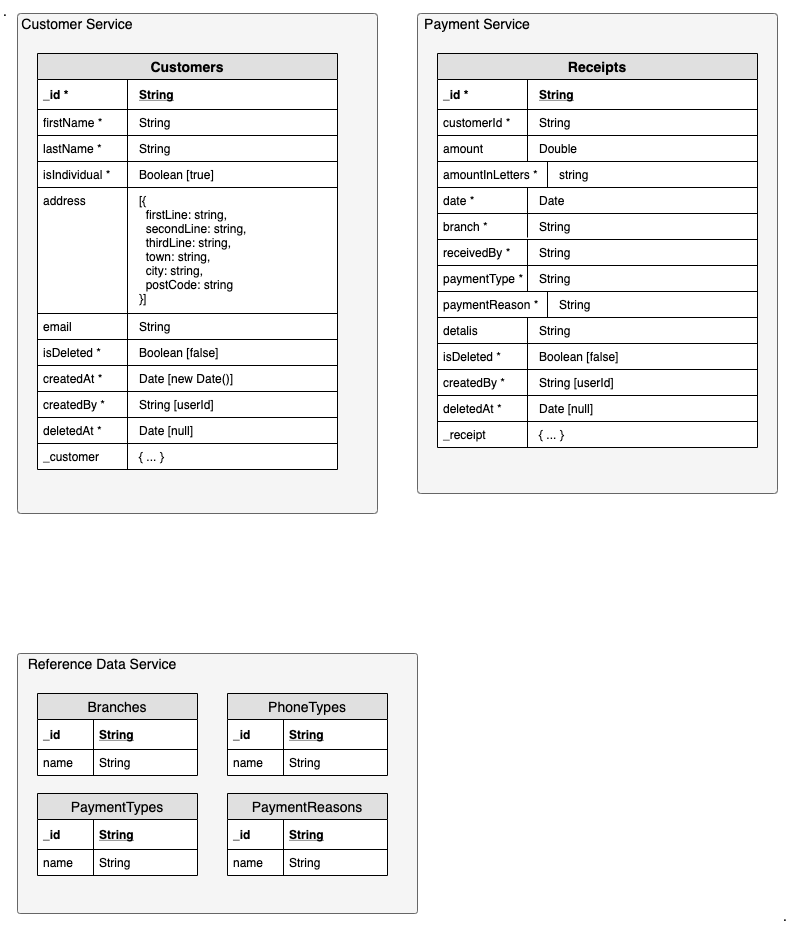
Earlier version of the draw.io export _images/High-Level_Design-DB.png (aytekinyaliz/ylz-lh-infra). Source tidied: cells renumbered, new cells last; positions are measured from the earlier drawing's top-left corner, leaving out a move shared by most shapes.
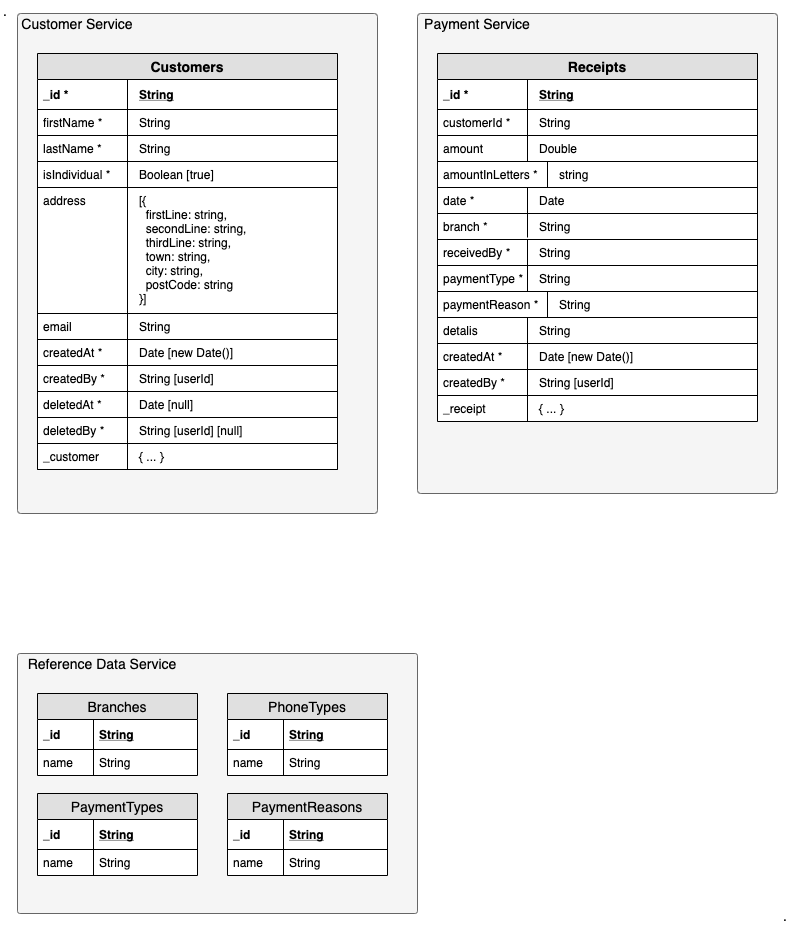
After the change.

What changed in the source:
```diff
@@ -119,38 +119,38 @@
     <mxCell id="40" value="email" style="shape=partialRectangle;top=0;left=0;bottom=0;fillColor=none;align=left;verticalAlign=top;spacingLeft=4;spacingRight=4;overflow=hidden;fontSize=12;" parent="39" vertex="1">
       <mxGeometry width="90" height="26" as="geometry" />
     </mxCell>
-    <mxCell id="41" value="Boolean [false]" style="shape=partialRectangle;top=0;left=0;right=0;bottom=1;align=left;verticalAlign=top;fillColor=none;spacingLeft=100;spacingRight=4;overflow=hidden;fontSize=12;" parent="28" vertex="1">
-      <mxGeometry y="286" width="300" height="26" as="geometry" />
-    </mxCell>
-    <mxCell id="42" value="isDeleted *" style="shape=partialRectangle;top=0;left=0;bottom=0;fillColor=none;align=left;verticalAlign=top;spacingLeft=4;spacingRight=4;overflow=hidden;fontSize=12;" parent="41" vertex="1">
-      <mxGeometry width="90" height="26" as="geometry" />
-    </mxCell>
     <mxCell id="43" value="Date [new Date()]" style="shape=partialRectangle;top=0;left=0;right=0;bottom=1;align=left;verticalAlign=top;fillColor=none;spacingLeft=100;spacingRight=4;overflow=hidden;fontSize=12;" parent="28" vertex="1">
-      <mxGeometry y="312" width="300" height="26" as="geometry" />
+      <mxGeometry y="286" width="300" height="26" as="geometry" />
     </mxCell>
     <mxCell id="44" value="createdAt *" style="shape=partialRectangle;top=0;left=0;bottom=0;fillColor=none;align=left;verticalAlign=top;spacingLeft=4;spacingRight=4;overflow=hidden;fontSize=12;" parent="43" vertex="1">
       <mxGeometry width="90" height="26" as="geometry" />
     </mxCell>
     <mxCell id="45" value="String [userId]" style="shape=partialRectangle;top=0;left=0;right=0;bottom=1;align=left;verticalAlign=top;fillColor=none;spacingLeft=100;spacingRight=4;overflow=hidden;fontSize=12;" parent="28" vertex="1">
-      <mxGeometry y="338" width="300" height="26" as="geometry" />
+      <mxGeometry y="312" width="300" height="26" as="geometry" />
     </mxCell>
     <mxCell id="46" value="createdBy *" style="shape=partialRectangle;top=0;left=0;bottom=0;fillColor=none;align=left;verticalAlign=top;spacingLeft=4;spacingRight=4;overflow=hidden;fontSize=12;" parent="45" vertex="1">
       <mxGeometry width="90" height="26" as="geometry" />
     </mxCell>
     <mxCell id="47" value="Date [null]" style="shape=partialRectangle;top=0;left=0;right=0;bottom=1;align=left;verticalAlign=top;fillColor=none;spacingLeft=100;spacingRight=4;overflow=hidden;fontSize=12;" parent="28" vertex="1">
-      <mxGeometry y="364" width="300" height="26" as="geometry" />
+      <mxGeometry y="338" width="300" height="26" as="geometry" />
     </mxCell>
     <mxCell id="48" value="deletedAt *" style="shape=partialRectangle;top=0;left=0;bottom=0;fillColor=none;align=left;verticalAlign=top;spacingLeft=4;spacingRight=4;overflow=hidden;fontSize=12;" parent="47" vertex="1">
       <mxGeometry width="90" height="26" as="geometry" />
     </mxCell>
+    <mxCell id="82" value="String [userId] [null]" style="shape=partialRectangle;top=0;left=0;right=0;bottom=1;align=left;verticalAlign=top;fillColor=none;spacingLeft=100;spacingRight=4;overflow=hidden;fontSize=12;" parent="28" vertex="1">
+      <mxGeometry y="364" width="300" height="26" as="geometry" />
+    </mxCell>
+    <mxCell id="83" value="deletedBy *" style="shape=partialRectangle;top=0;left=0;bottom=0;fillColor=none;align=left;verticalAlign=top;spacingLeft=4;spacingRight=4;overflow=hidden;fontSize=12;" parent="82" vertex="1">
+      <mxGeometry width="90" height="26" as="geometry" />
+    </mxCell>
-    <mxCell id="49" value="{ ... }" style="shape=partialRectangle;top=0;left=0;right=0;bottom=0;align=left;verticalAlign=top;fillColor=none;spacingLeft=100;spacingRight=4;overflow=hidden;fontSize=12;" parent="28" vertex="1">
+    <mxCell id="49" value="{ ... }" style="shape=partialRectangle;top=0;left=0;right=0;bottom=1;align=left;verticalAlign=top;fillColor=none;spacingLeft=100;spacingRight=4;overflow=hidden;fontSize=12;" parent="28" vertex="1">
       <mxGeometry y="390" width="300" height="26" as="geometry" />
     </mxCell>
     <mxCell id="50" value="_customer" style="shape=partialRectangle;top=0;left=0;bottom=0;fillColor=none;align=left;verticalAlign=top;spacingLeft=4;spacingRight=4;overflow=hidden;fontSize=12;" parent="49" vertex="1">
       <mxGeometry width="90" height="26" as="geometry" />
     </mxCell>
     <mxCell id="51" value="Receipts" style="swimlane;fontStyle=1;horizontal=1;startSize=26;fillColor=#e0e0e0;swimlaneFillColor=#ffffff;align=center;fontSize=14;" parent="1" vertex="1">
-      <mxGeometry x="437" y="53" width="320" height="394" as="geometry" />
+      <mxGeometry x="437" y="53" width="320" height="368" as="geometry" />
     </mxCell>
     <mxCell id="52" value="String" style="shape=partialRectangle;top=0;left=0;right=0;bottom=1;align=left;verticalAlign=middle;fillColor=none;spacingLeft=100;spacingRight=4;overflow=hidden;fontStyle=5;fontSize=12;" parent="51" vertex="1">
       <mxGeometry y="26" width="320" height="30" as="geometry" />
@@ -212,10 +212,10 @@
     <mxCell id="71" value="detalis" style="shape=partialRectangle;top=0;left=0;bottom=0;fillColor=none;align=left;verticalAlign=top;spacingLeft=4;spacingRight=4;overflow=hidden;fontSize=12;" parent="70" vertex="1">
       <mxGeometry width="90" height="26" as="geometry" />
     </mxCell>
-    <mxCell id="72" value="Boolean [false]" style="shape=partialRectangle;top=0;left=0;right=0;bottom=1;align=left;verticalAlign=top;fillColor=none;spacingLeft=100;spacingRight=4;overflow=hidden;fontSize=12;" parent="51" vertex="1">
+    <mxCell id="72" value="Date [new Date()]" style="shape=partialRectangle;top=0;left=0;right=0;bottom=1;align=left;verticalAlign=top;fillColor=none;spacingLeft=100;spacingRight=4;overflow=hidden;fontSize=12;" parent="51" vertex="1">
       <mxGeometry y="290" width="320" height="26" as="geometry" />
     </mxCell>
-    <mxCell id="73" value="isDeleted *" style="shape=partialRectangle;top=0;left=0;bottom=0;fillColor=none;align=left;verticalAlign=top;spacingLeft=4;spacingRight=4;overflow=hidden;fontSize=12;" parent="72" vertex="1">
+    <mxCell id="73" value="createdAt *" style="shape=partialRectangle;top=0;left=0;bottom=0;fillColor=none;align=left;verticalAlign=top;spacingLeft=4;spacingRight=4;overflow=hidden;fontSize=12;" parent="72" vertex="1">
       <mxGeometry width="90" height="26" as="geometry" />
     </mxCell>
     <mxCell id="74" value="String [userId]" style="shape=partialRectangle;top=0;left=0;right=0;bottom=1;align=left;verticalAlign=top;fillColor=none;spacingLeft=100;spacingRight=4;overflow=hidden;fontSize=12;" parent="51" vertex="1">
@@ -224,14 +224,8 @@
     <mxCell id="75" value="createdBy *" style="shape=partialRectangle;top=0;left=0;bottom=0;fillColor=none;align=left;verticalAlign=top;spacingLeft=4;spacingRight=4;overflow=hidden;fontSize=12;" parent="74" vertex="1">
       <mxGeometry width="90" height="26" as="geometry" />
     </mxCell>
-    <mxCell id="76" value="Date [null]" style="shape=partialRectangle;top=0;left=0;right=0;bottom=1;align=left;verticalAlign=top;fillColor=none;spacingLeft=100;spacingRight=4;overflow=hidden;fontSize=12;" parent="51" vertex="1">
-      <mxGeometry y="342" width="320" height="26" as="geometry" />
-    </mxCell>
-    <mxCell id="77" value="deletedAt *" style="shape=partialRectangle;top=0;left=0;bottom=0;fillColor=none;align=left;verticalAlign=top;spacingLeft=4;spacingRight=4;overflow=hidden;fontSize=12;" parent="76" vertex="1">
-      <mxGeometry width="90" height="26" as="geometry" />
-    </mxCell>
     <mxCell id="78" value="{ ... }" style="shape=partialRectangle;top=0;left=0;right=0;bottom=0;align=left;verticalAlign=top;fillColor=none;spacingLeft=100;spacingRight=4;overflow=hidden;fontSize=12;" parent="51" vertex="1">
-      <mxGeometry y="368" width="320" height="26" as="geometry" />
+      <mxGeometry y="342" width="320" height="26" as="geometry" />
     </mxCell>
     <mxCell id="79" value="_receipt" style="shape=partialRectangle;top=0;left=0;bottom=0;fillColor=none;align=left;verticalAlign=top;spacingLeft=4;spacingRight=4;overflow=hidden;fontSize=12;" parent="78" vertex="1">
       <mxGeometry width="90" height="26" as="geometry" />
```
